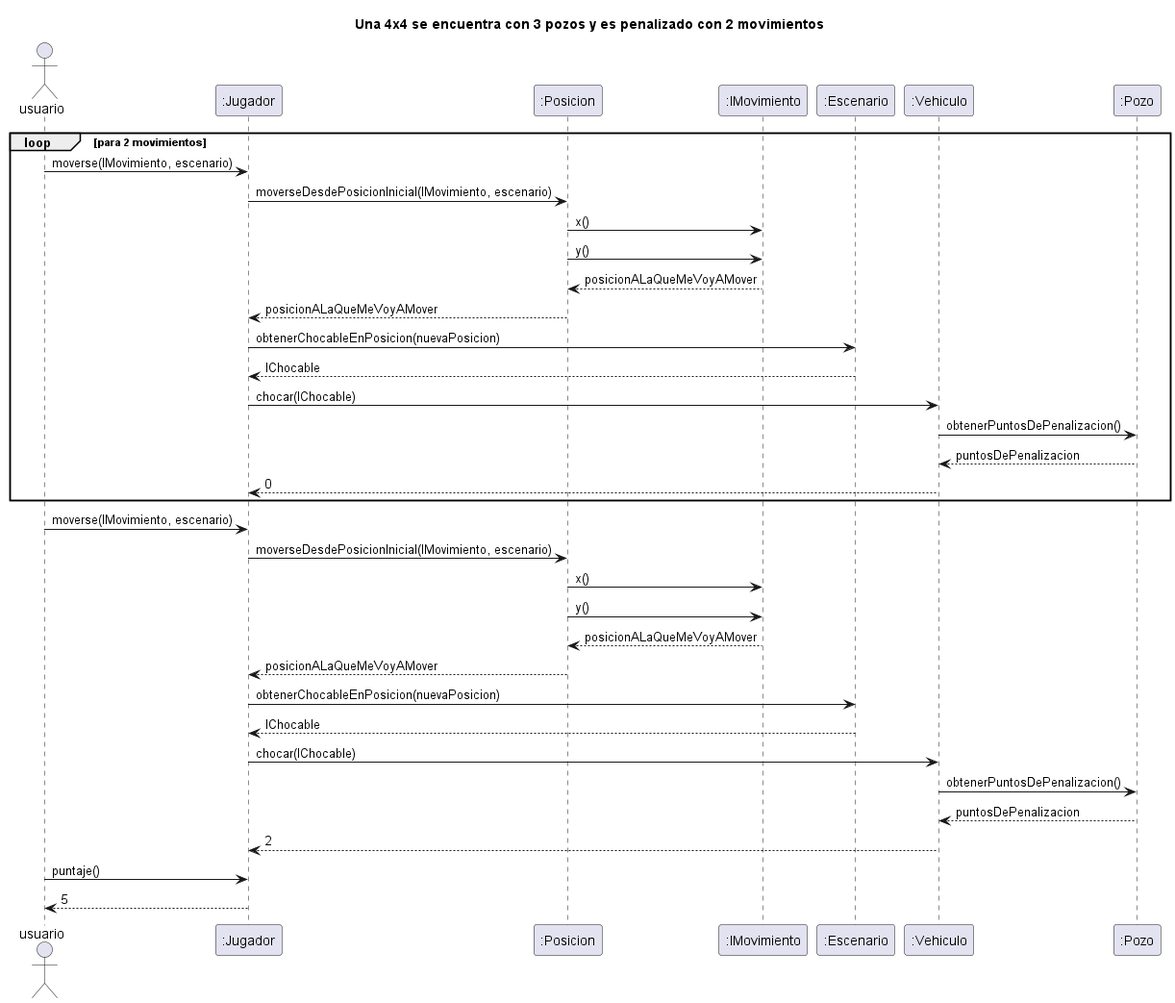
This is diagrams/sequences/todoterreno_choca_3pozos.png from NestorPala/T17-GPSChallenge, a PlantUML export, as it was before one commit. Its source is kept beside it as diagrams/sequences/todoterreno_choca_3pozos.puml.
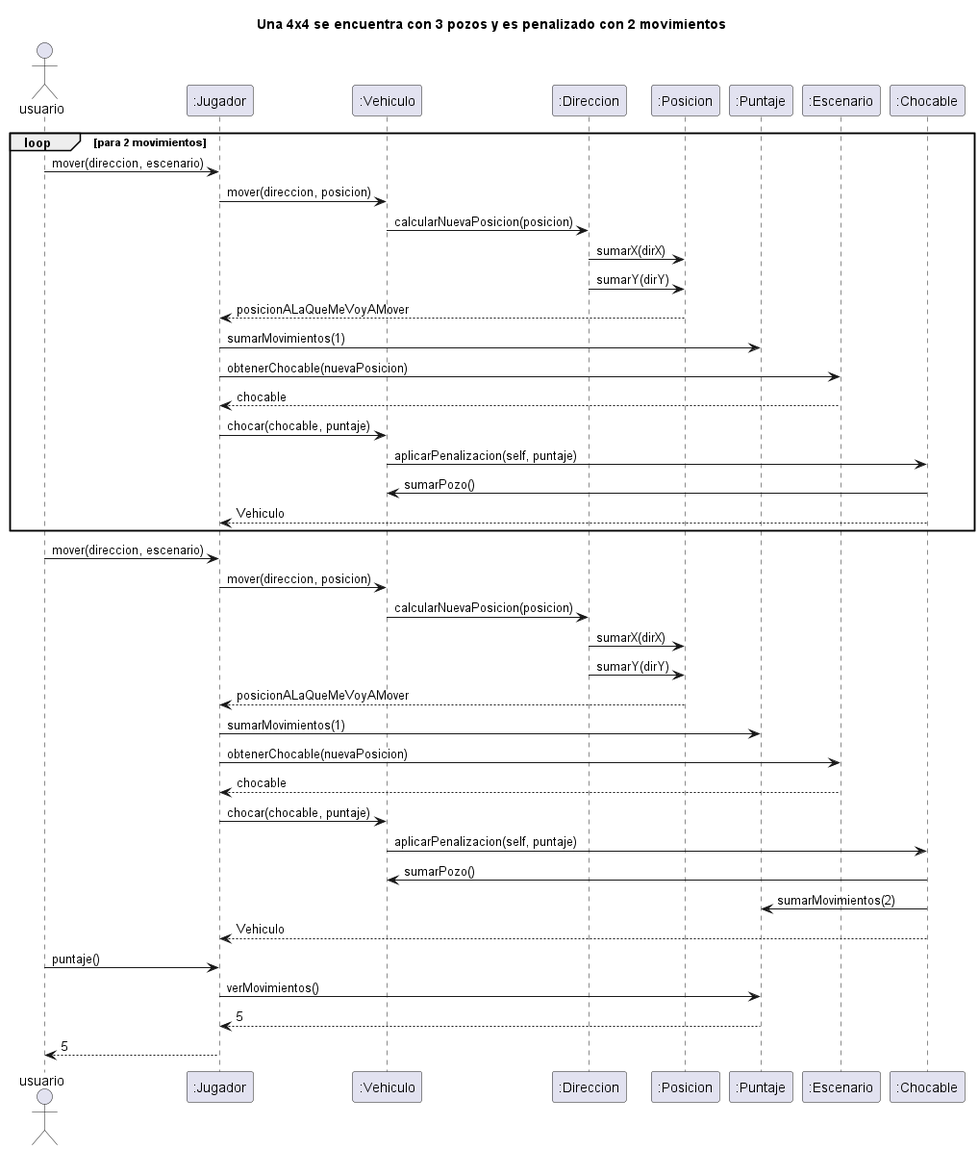
After the change.

What changed in the source:
```diff
@@ -3,33 +3,39 @@
 Actor usuario
 
 loop para 2 movimientos
-"usuario" -> ":Jugador": moverse(IMovimiento, escenario)
-":Jugador" -> ":Posicion": moverseDesdePosicionInicial(IMovimiento, escenario)
-":Posicion" -> ":IMovimiento": x()
-":Posicion" -> ":IMovimiento": y()
-return posicionALaQueMeVoyAMover
+"usuario" -> ":Jugador": mover(direccion, escenario)
+":Jugador" -> ":Vehiculo": mover(direccion, posicion)
+":Vehiculo" -> ":Direccion": calcularNuevaPosicion(posicion)
+":Direccion" -> ":Posicion": sumarX(dirX)
+":Direccion" -> ":Posicion": sumarY(dirY)
 ":Posicion" --> ":Jugador": posicionALaQueMeVoyAMover
-":Jugador" -> ":Escenario": obtenerChocableEnPosicion(nuevaPosicion)
-":Escenario" --> ":Jugador": IChocable
-":Jugador" -> ":Vehiculo": chocar(IChocable)
-":Vehiculo" -> ":Pozo": obtenerPuntosDePenalizacion()
-return puntosDePenalizacion
-":Vehiculo" --> ":Jugador": 0
+":Jugador" -> ":Puntaje": sumarMovimientos(1)
+":Jugador" -> ":Escenario": obtenerChocable(nuevaPosicion)
+":Escenario" --> ":Jugador": chocable
+":Jugador" -> ":Vehiculo": chocar(chocable, puntaje)
+":Vehiculo" -> ":Chocable": aplicarPenalizacion(self, puntaje)
+":Chocable" -> ":Vehiculo" : sumarPozo()
+":Chocable" --> ":Jugador" : Vehiculo
 end
 
-"usuario" -> ":Jugador": moverse(IMovimiento, escenario)
-":Jugador" -> ":Posicion": moverseDesdePosicionInicial(IMovimiento, escenario)
-":Posicion" -> ":IMovimiento": x()
-":Posicion" -> ":IMovimiento": y()
-return posicionALaQueMeVoyAMover
+"usuario" -> ":Jugador": mover(direccion, escenario)
+":Jugador" -> ":Vehiculo": mover(direccion, posicion)
+":Vehiculo" -> ":Direccion": calcularNuevaPosicion(posicion)
+":Direccion" -> ":Posicion": sumarX(dirX)
+":Direccion" -> ":Posicion": sumarY(dirY)
 ":Posicion" --> ":Jugador": posicionALaQueMeVoyAMover
-":Jugador" -> ":Escenario": obtenerChocableEnPosicion(nuevaPosicion)
-":Escenario" --> ":Jugador": IChocable
-":Jugador" -> ":Vehiculo": chocar(IChocable)
-":Vehiculo" -> ":Pozo": obtenerPuntosDePenalizacion()
-return puntosDePenalizacion
-":Vehiculo" --> ":Jugador": 2
+":Jugador" -> ":Puntaje": sumarMovimientos(1)
+":Jugador" -> ":Escenario": obtenerChocable(nuevaPosicion)
+":Escenario" --> ":Jugador": chocable
+":Jugador" -> ":Vehiculo": chocar(chocable, puntaje)
+":Vehiculo" -> ":Chocable": aplicarPenalizacion(self, puntaje)
+":Chocable" -> ":Vehiculo" : sumarPozo()
+":Chocable" -> ":Puntaje" : sumarMovimientos(2)
+":Chocable" --> ":Jugador" : Vehiculo
+
 "usuario" -> ":Jugador": puntaje()
+":Jugador" -> ":Puntaje": verMovimientos()
 return 5
+":Jugador" --> "usuario" : 5
 
 @enduml
```
